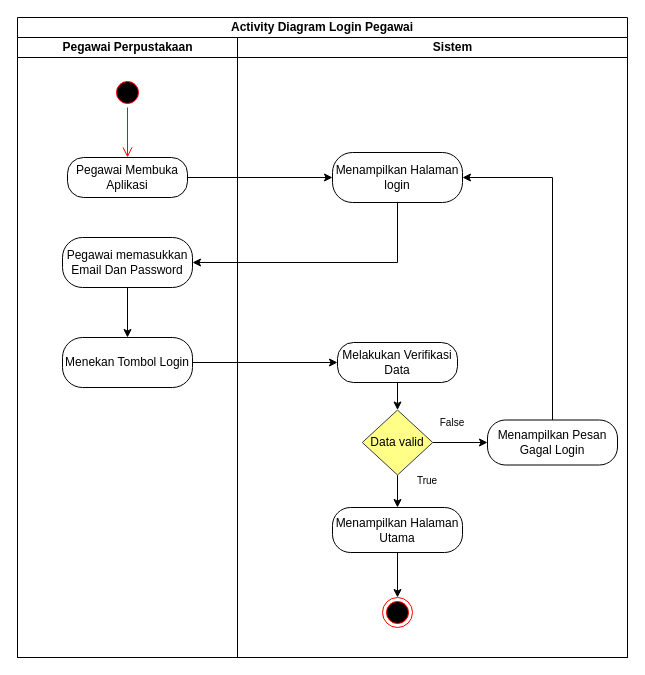
The draw.io diagram page "Activity Login" (2 of 16) of Use case.drawio in DikiDrim/FileSkripsi, before the edit. Source tidied: cells renumbered, new cells numbered last; positions are measured from the earlier drawing's top-left corner, leaving out a move shared by most shapes. Both pictures are drawn from the tidied source at 100%, with x=0, y=0 at pixel (17, 17).
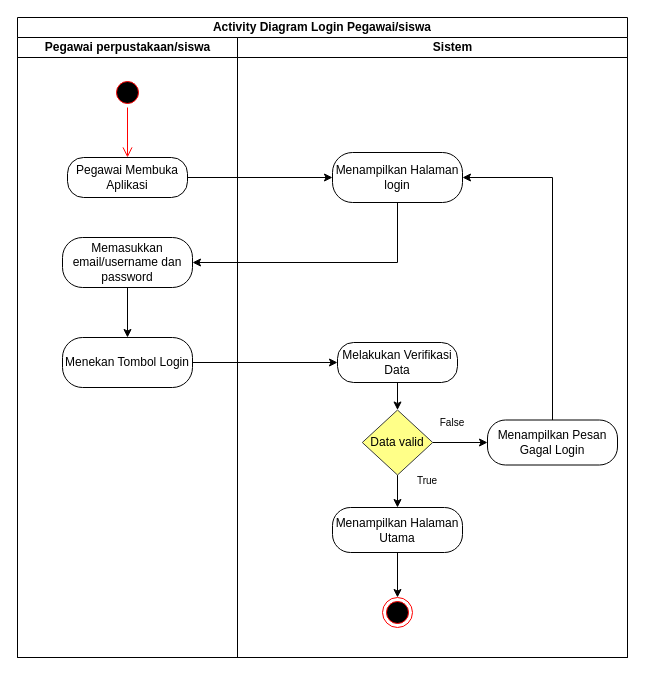
The same diagram, later.

Commit message (it also covers changes not shown here):
tambahan sequence diagram

The edit, as a diff of the source:
```diff
@@
-    <mxCell id="2" value="Activity Diagram &lt;span style=&quot;&quot;&gt;Login Pegawai&lt;/span&gt;" style="swimlane;html=1;startSize=20;whiteSpace=wrap;" parent="1" vertex="1">
+    <mxCell id="2" value="Activity Diagram &lt;span style=&quot;&quot;&gt;Login Pegawai/siswa&lt;/span&gt;" style="swimlane;html=1;startSize=20;whiteSpace=wrap;" parent="1" vertex="1">
       <mxGeometry width="610" height="640" as="geometry" />
     </mxCell>
-    <mxCell id="3" value="Pegawai Perpustakaan" style="swimlane;html=1;startSize=20;" parent="2" vertex="1">
+    <mxCell id="3" value="Pegawai perpustakaan/siswa" style="swimlane;html=1;startSize=20;" parent="2" vertex="1">
       <mxGeometry y="20" width="220" height="620" as="geometry" />
     </mxCell>
@@
-    <mxCell id="8" value="Pegawai memasukkan Email Dan Password" style="rounded=1;whiteSpace=wrap;html=1;arcSize=40;" parent="3" vertex="1">
+    <mxCell id="8" value="Memasukkan email/username dan password" style="rounded=1;whiteSpace=wrap;html=1;arcSize=40;" parent="3" vertex="1">
       <mxGeometry x="45" y="200" width="130" height="50" as="geometry" />
     </mxCell>
```
